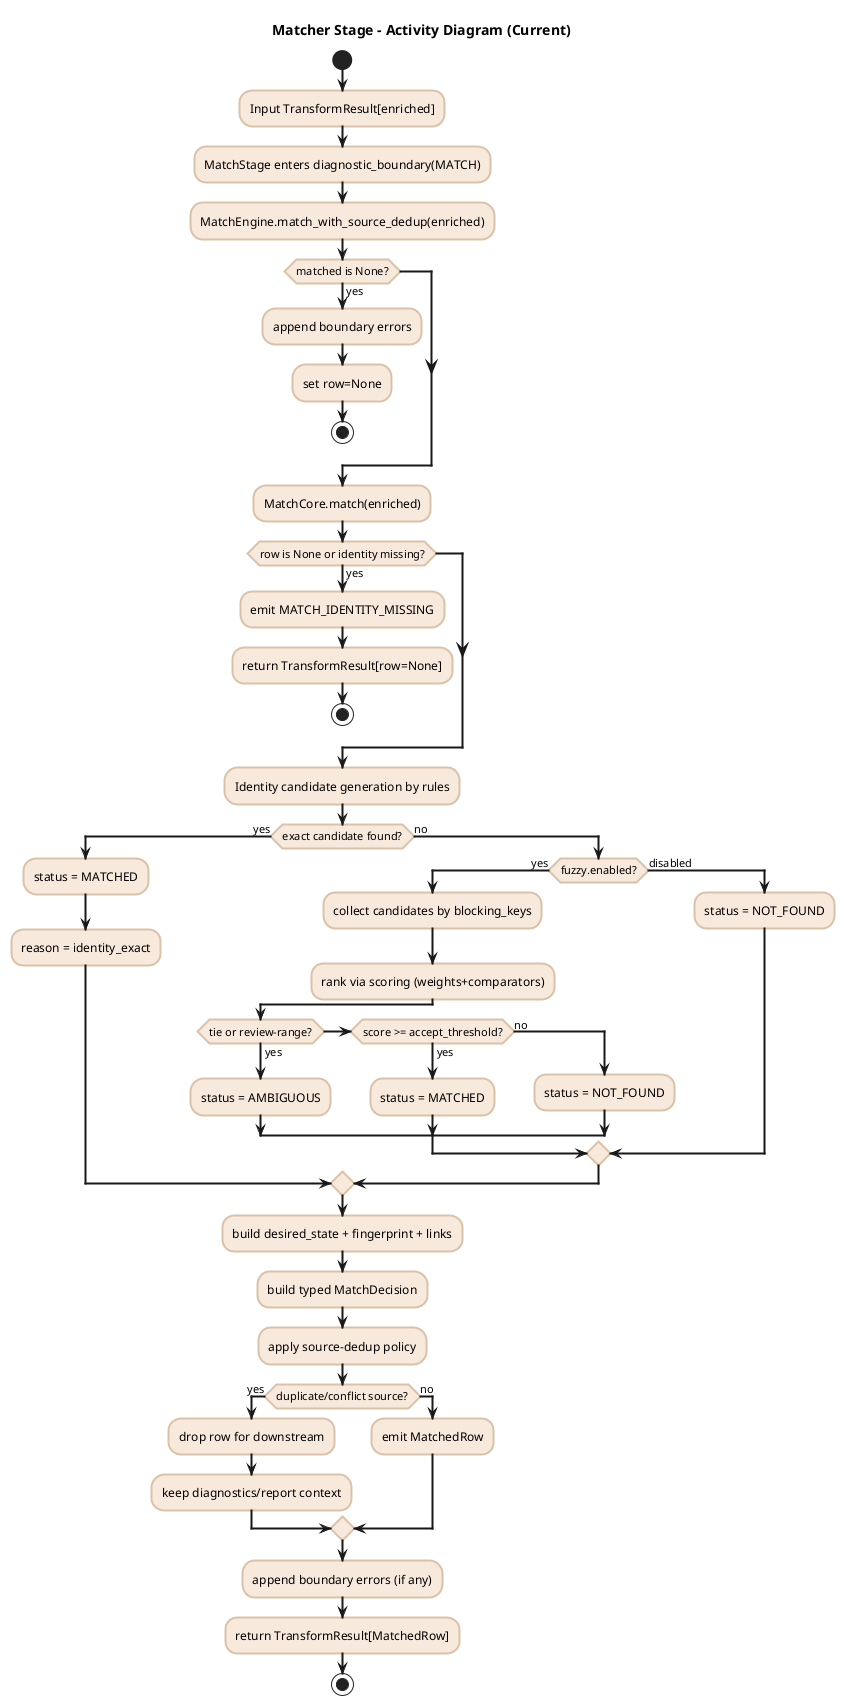
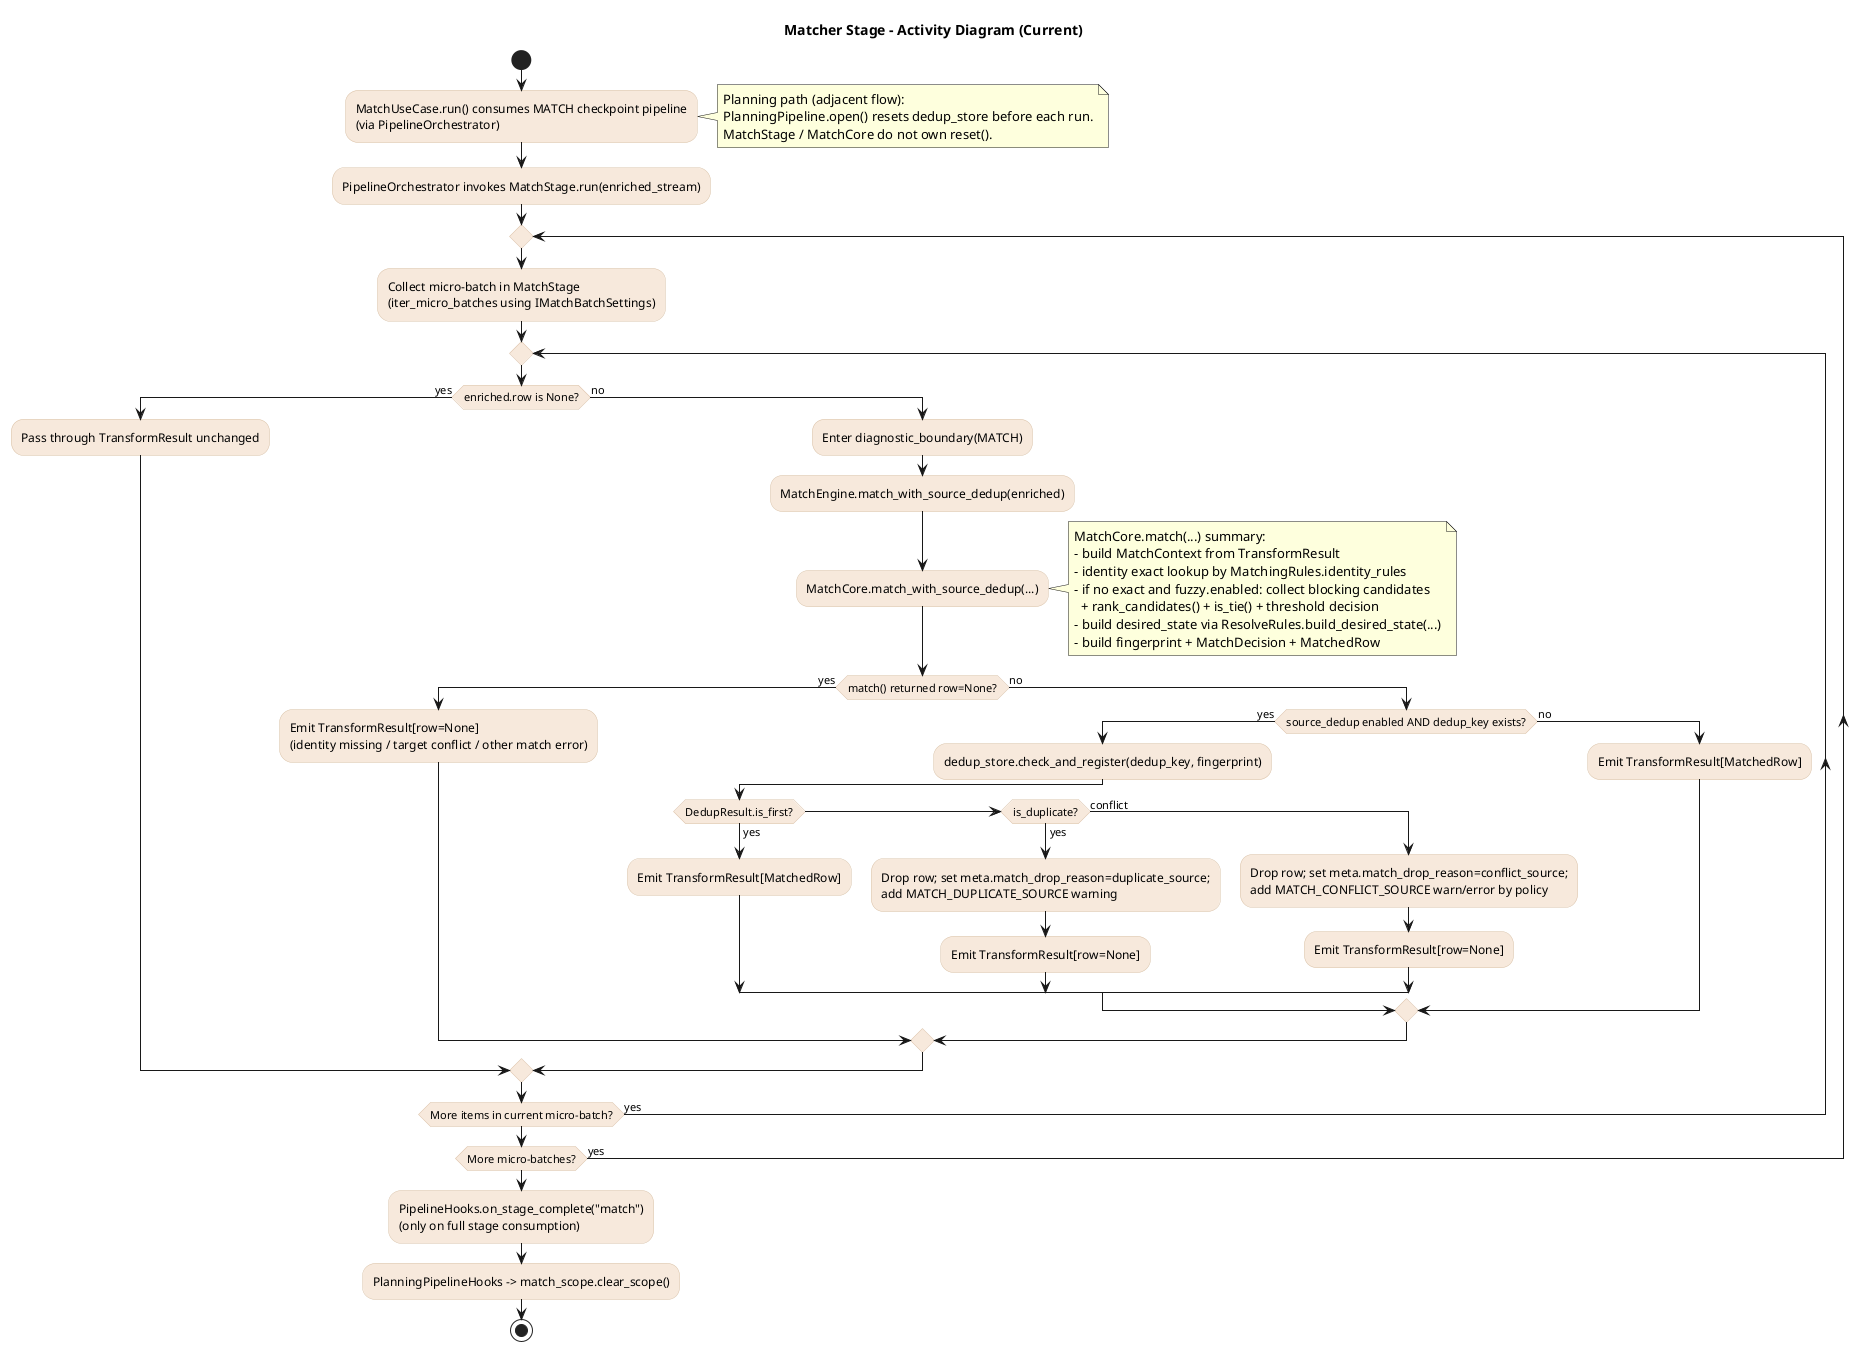
@startuml
title Matcher Stage - Activity Diagram (Current)
skinparam backgroundColor white
skinparam linetype ortho
skinparam defaultFontName Arial
- skinparam activityBorderThickness 2
skinparam activity {
  BackgroundColor #f7e9dc
  BorderColor #d9c2a8
}

start
- :Input TransformResult[enriched];
- :MatchStage enters diagnostic_boundary(MATCH);
- :MatchEngine.match_with_source_dedup(enriched);
+ :MatchUseCase.run() consumes MATCH checkpoint pipeline\n(via PipelineOrchestrator);
+ note right
+ Planning path (adjacent flow):
+ PlanningPipeline.open() resets dedup_store before each run.
+ MatchStage / MatchCore do not own reset().
+ end note

- if (matched is None?) then (yes)
-   :append boundary errors;
-   :set row=None;
-   stop
- endif
+ :PipelineOrchestrator invokes MatchStage.run(enriched_stream);

- :MatchCore.match(enriched);
- if (row is None or identity missing?) then (yes)
-   :emit MATCH_IDENTITY_MISSING;
-   :return TransformResult[row=None];
-   stop
- endif
+ repeat
+   :Collect micro-batch in MatchStage\n(iter_micro_batches using IMatchBatchSettings);

- :Identity candidate generation by rules;
- if (exact candidate found?) then (yes)
-   :status = MATCHED;
-   :reason = identity_exact;
- else (no)
-   if (fuzzy.enabled?) then (yes)
-     :collect candidates by blocking_keys;
-     :rank via scoring (weights+comparators);
-     if (tie or review-range?) then (yes)
-       :status = AMBIGUOUS;
-     elseif (score >= accept_threshold?) then (yes)
-       :status = MATCHED;
+   repeat
+     if (enriched.row is None?) then (yes)
+       :Pass through TransformResult unchanged;
    else (no)
-       :status = NOT_FOUND;
+       :Enter diagnostic_boundary(MATCH);
+       :MatchEngine.match_with_source_dedup(enriched);
+       :MatchCore.match_with_source_dedup(...);
+ 
+       note right
+         MatchCore.match(...) summary:
+         - build MatchContext from TransformResult
+         - identity exact lookup by MatchingRules.identity_rules
+         - if no exact and fuzzy.enabled: collect blocking candidates
+           + rank_candidates() + is_tie() + threshold decision
+         - build desired_state via ResolveRules.build_desired_state(...)
+         - build fingerprint + MatchDecision + MatchedRow
+       end note
+ 
+       if (match() returned row=None?) then (yes)
+         :Emit TransformResult[row=None]\n(identity missing / target conflict / other match error);
+       else (no)
+         if (source_dedup enabled AND dedup_key exists?) then (yes)
+           :dedup_store.check_and_register(dedup_key, fingerprint);
+           if (DedupResult.is_first?) then (yes)
+             :Emit TransformResult[MatchedRow];
+           elseif (is_duplicate?) then (yes)
+             :Drop row; set meta.match_drop_reason=duplicate_source;\nadd MATCH_DUPLICATE_SOURCE warning;
+             :Emit TransformResult[row=None];
+           else (conflict)
+             :Drop row; set meta.match_drop_reason=conflict_source;\nadd MATCH_CONFLICT_SOURCE warn/error by policy;
+             :Emit TransformResult[row=None];
+           endif
+         else (no)
+           :Emit TransformResult[MatchedRow];
+         endif
+       endif
    endif
-   else (disabled)
-     :status = NOT_FOUND;
-   endif
- endif
+   repeat while (More items in current micro-batch?) is (yes)

- :build desired_state + fingerprint + links;
- :build typed MatchDecision;
- :apply source-dedup policy;
- if (duplicate/conflict source?) then (yes)
-   :drop row for downstream;
-   :keep diagnostics/report context;
- else (no)
-   :emit MatchedRow;
- endif
+ repeat while (More micro-batches?) is (yes)

- :append boundary errors (if any);
- :return TransformResult[MatchedRow];
+ :PipelineHooks.on_stage_complete("match")\n(only on full stage consumption);
+ :PlanningPipelineHooks -> match_scope.clear_scope();
stop

@enduml
